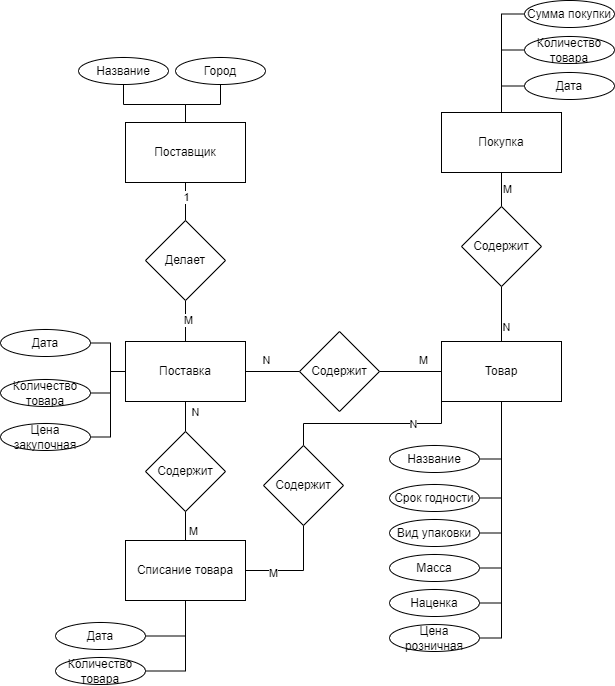
This is КР_БД/erCHEN.drawio.png from kuskas112/Labs, a draw.io export, as it was before one commit. Source tidied: cells renumbered, new cells last; positions are measured from the earlier drawing's top-left corner, leaving out a move shared by most shapes.
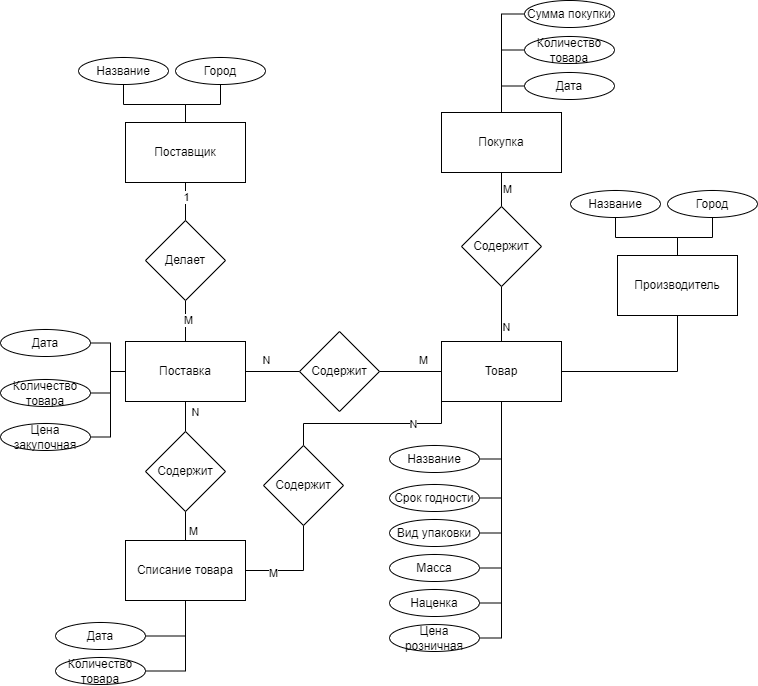
Above is the later version.

The edit, as a diff of the source:
```diff
@@ -80,6 +80,9 @@
     <mxCell id="25" value="N" style="edgeLabel;html=1;align=center;verticalAlign=middle;fontFamily=Helvetica;fontSize=11;fontColor=default;labelBackgroundColor=default;" parent="24" vertex="1">
       <mxGeometry x="-0.44" y="-4" relative="1" as="geometry" />
     </mxCell>
+    <mxCell id="64" style="edgeStyle=orthogonalEdgeStyle;rounded=0;jettySize=auto;html=1;exitX=1;exitY=0.5;exitDx=0;exitDy=0;entryX=0.5;entryY=1;entryDx=0;entryDy=0;endArrow=none;endFill=0;" parent="1" edge="1" source="26" target="65">
+      <mxGeometry relative="1" as="geometry" />
+    </mxCell>
     <mxCell id="26" value="Товар" style="whiteSpace=wrap;html=1;rounded=0;" parent="1" vertex="1">
       <mxGeometry x="441" y="341" width="120" height="60" as="geometry" />
     </mxCell>
@@ -201,5 +204,20 @@
     <mxCell id="63" value="Содержит" style="rhombus;whiteSpace=wrap;html=1;rounded=0;" parent="1" vertex="1">
       <mxGeometry x="263" y="445" width="80" height="80" as="geometry" />
     </mxCell>
+    <mxCell id="65" value="Производитель" style="rounded=0;whiteSpace=wrap;html=1;" parent="1" vertex="1">
+      <mxGeometry x="617" y="255" width="120" height="60" as="geometry" />
+    </mxCell>
+    <mxCell id="66" style="edgeStyle=orthogonalEdgeStyle;rounded=0;jettySize=auto;html=1;exitX=0.5;exitY=1;exitDx=0;exitDy=0;strokeColor=default;align=center;verticalAlign=middle;fontFamily=Helvetica;fontSize=11;fontColor=default;labelBackgroundColor=default;endArrow=none;endFill=0;" parent="1" edge="1" source="67" target="65">
+      <mxGeometry relative="1" as="geometry" />
+    </mxCell>
+    <mxCell id="67" value="Название" style="ellipse;whiteSpace=wrap;html=1;" parent="1" vertex="1">
+      <mxGeometry x="570" y="190" width="90" height="27" as="geometry" />
+    </mxCell>
+    <mxCell id="68" style="edgeStyle=orthogonalEdgeStyle;rounded=0;jettySize=auto;html=1;exitX=0.5;exitY=1;exitDx=0;exitDy=0;strokeColor=default;align=center;verticalAlign=middle;fontFamily=Helvetica;fontSize=11;fontColor=default;labelBackgroundColor=default;endArrow=none;endFill=0;" parent="1" edge="1" source="69" target="65">
+      <mxGeometry relative="1" as="geometry" />
+    </mxCell>
+    <mxCell id="69" value="Город" style="ellipse;whiteSpace=wrap;html=1;" parent="1" vertex="1">
+      <mxGeometry x="667" y="190" width="90" height="27" as="geometry" />
+    </mxCell>
   </root>
 </mxGraphModel>
```
